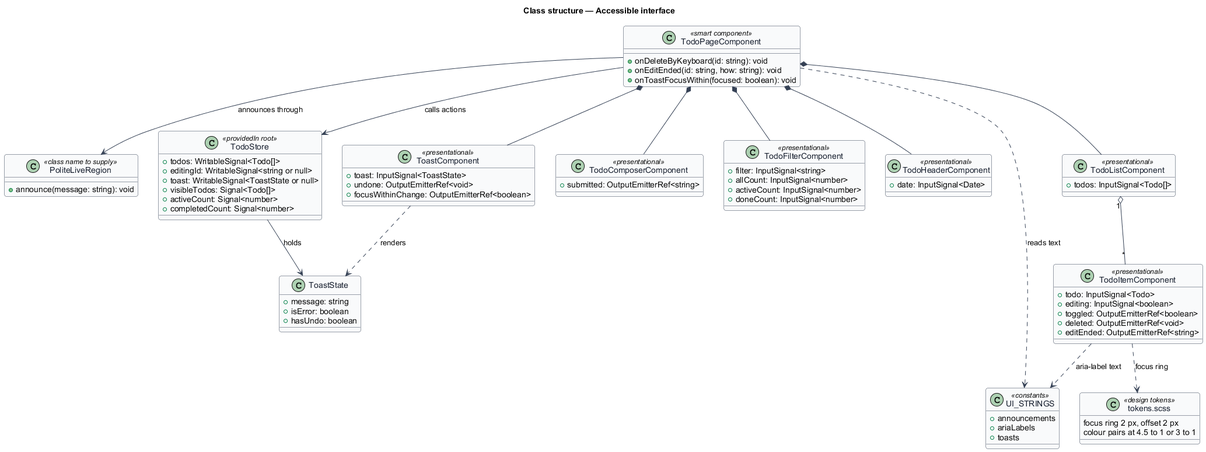
Above: docs/detailed-designs/interface/accessible-interface/diagrams/class-structure.png in QuinntyneBrown/php-todo-lab (PlantUML), before the change.
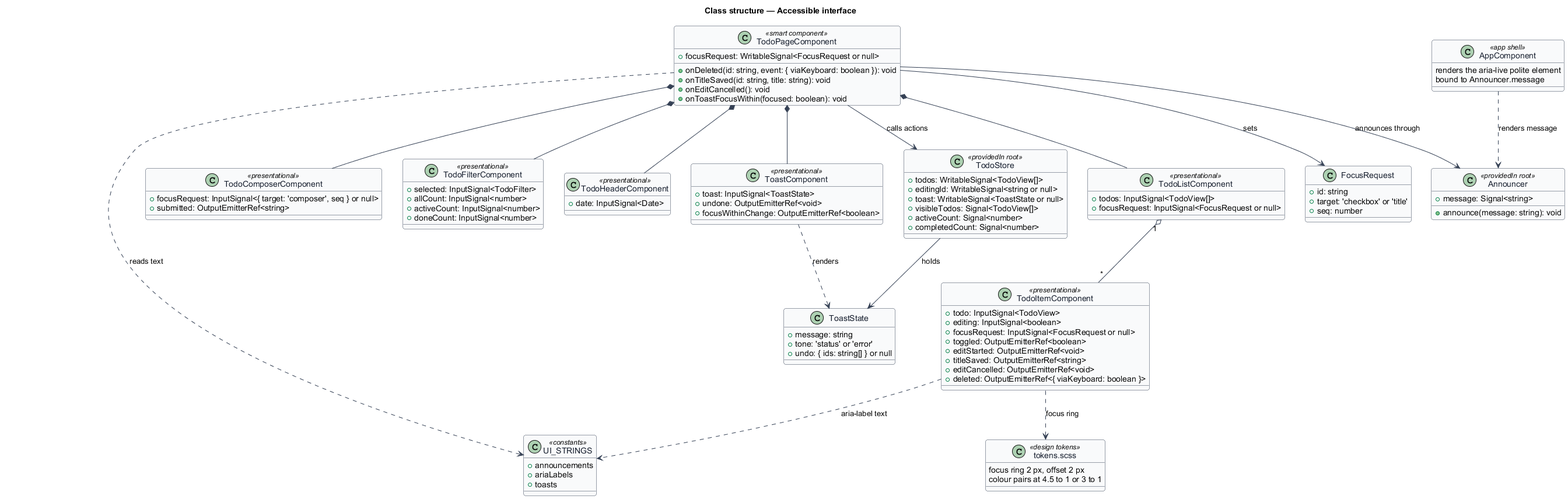
After the commit.

The edit, as a diff of the source:
```diff
@@ -12,44 +12,62 @@
 title Class structure — Accessible interface
 
 class TodoPageComponent <<smart component>> {
-  +onDeleteByKeyboard(id: string): void
-  +onEditEnded(id: string, how: string): void
+  +focusRequest: WritableSignal<FocusRequest or null>
+  +onDeleted(id: string, event: { viaKeyboard: boolean }): void
+  +onTitleSaved(id: string, title: string): void
+  +onEditCancelled(): void
   +onToastFocusWithin(focused: boolean): void
 }
 
-class PoliteLiveRegion <<class name to supply>> {
+class FocusRequest {
+  +id: string
+  +target: 'checkbox' or 'title'
+  +seq: number
+}
+
+class Announcer <<providedIn root>> {
+  +message: Signal<string>
   +announce(message: string): void
 }
 
+class AppComponent <<app shell>> {
+  renders the aria-live polite element
+  bound to Announcer.message
+}
+
 class TodoStore <<providedIn root>> {
-  +todos: WritableSignal<Todo[]>
+  +todos: WritableSignal<TodoView[]>
   +editingId: WritableSignal<string or null>
   +toast: WritableSignal<ToastState or null>
-  +visibleTodos: Signal<Todo[]>
+  +visibleTodos: Signal<TodoView[]>
   +activeCount: Signal<number>
   +completedCount: Signal<number>
 }
 
 class ToastState {
   +message: string
-  +isError: boolean
-  +hasUndo: boolean
+  +tone: 'status' or 'error'
+  +undo: { ids: string[] } or null
 }
 
 class TodoItemComponent <<presentational>> {
-  +todo: InputSignal<Todo>
+  +todo: InputSignal<TodoView>
   +editing: InputSignal<boolean>
+  +focusRequest: InputSignal<FocusRequest or null>
   +toggled: OutputEmitterRef<boolean>
-  +deleted: OutputEmitterRef<void>
-  +editEnded: OutputEmitterRef<string>
+  +editStarted: OutputEmitterRef<void>
+  +titleSaved: OutputEmitterRef<string>
+  +editCancelled: OutputEmitterRef<void>
+  +deleted: OutputEmitterRef<{ viaKeyboard: boolean }>
 }
 
 class TodoComposerComponent <<presentational>> {
+  +focusRequest: InputSignal<{ target: 'composer', seq } or null>
   +submitted: OutputEmitterRef<string>
 }
 
 class TodoFilterComponent <<presentational>> {
-  +filter: InputSignal<string>
+  +selected: InputSignal<TodoFilter>
   +allCount: InputSignal<number>
   +activeCount: InputSignal<number>
   +doneCount: InputSignal<number>
@@ -60,7 +78,8 @@
 }
 
 class TodoListComponent <<presentational>> {
-  +todos: InputSignal<Todo[]>
+  +todos: InputSignal<TodoView[]>
+  +focusRequest: InputSignal<FocusRequest or null>
 }
 
 class ToastComponent <<presentational>> {
@@ -81,7 +100,9 @@
 }
 
 TodoPageComponent --> TodoStore : calls actions
-TodoPageComponent --> PoliteLiveRegion : announces through
+TodoPageComponent --> Announcer : announces through
+AppComponent ..> Announcer : renders message
+TodoPageComponent --> FocusRequest : sets
 TodoPageComponent ..> UI_STRINGS : reads text
 TodoPageComponent *-- TodoHeaderComponent
 TodoPageComponent *-- TodoComposerComponent
```
